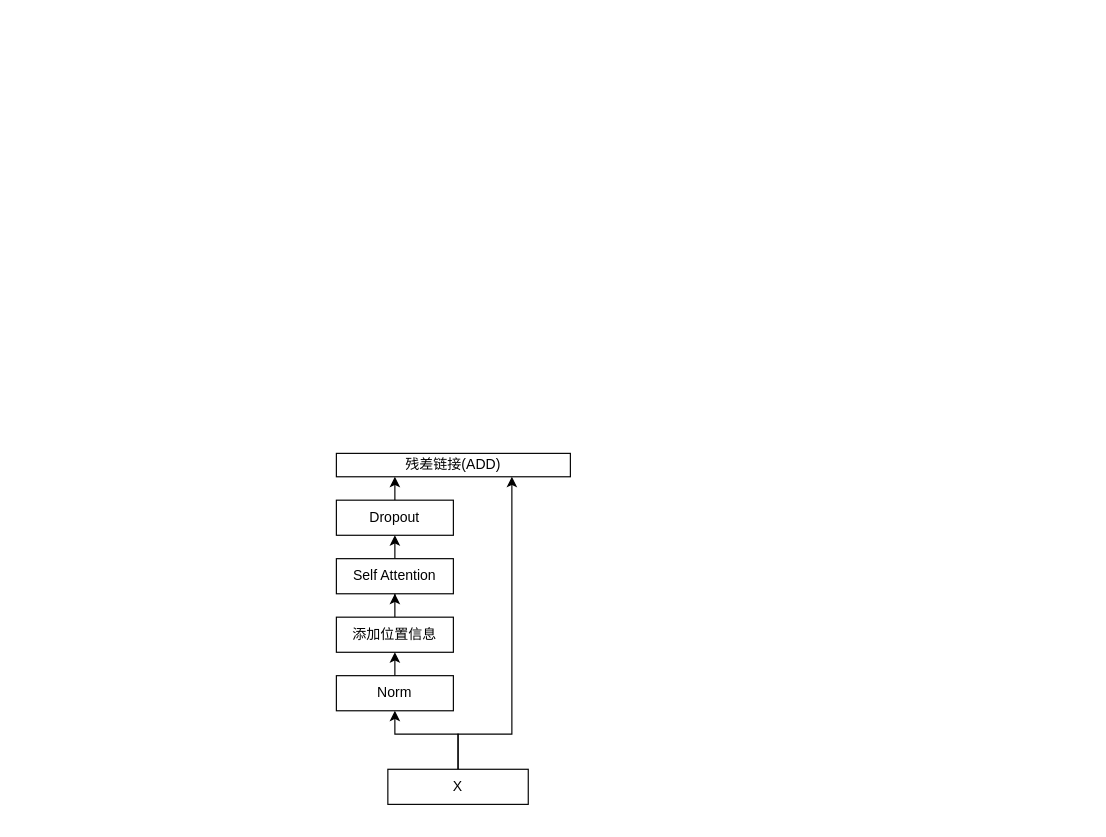
This is LLM/VLA/ACT-源码分析.drawio from mailonghua/drawio, a draw.io file, before an edit. Source tidied: cells renumbered, new cells numbered last; positions are measured from the earlier drawing's top-left corner, leaving out a move shared by most shapes. Both pictures are drawn from the tidied source at 117%, with x=0, y=0 at pixel (336, 453).
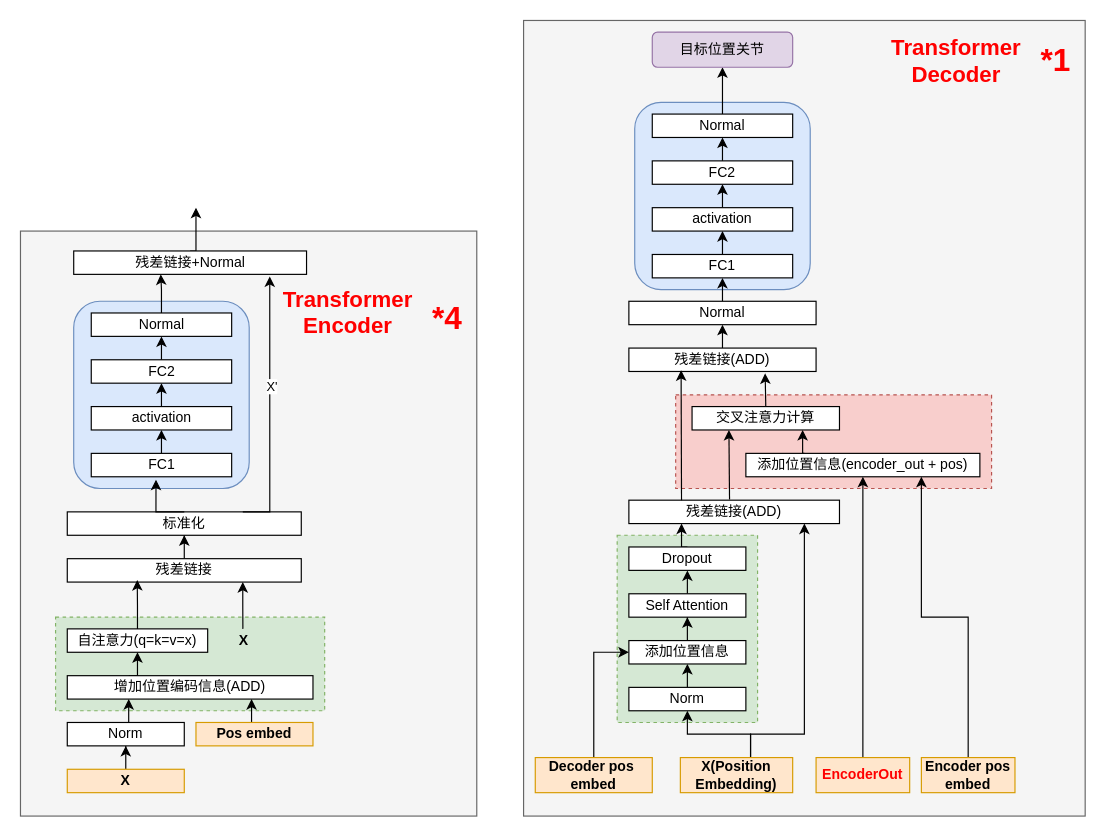
After the change.

Commit message:
更新ACT-源码分析.drawio

What changed in the source:
```diff
@@
+    <mxCell id="14" style="rounded=0;whiteSpace=wrap;html=1;fillColor=#f5f5f5;fontColor=#333333;strokeColor=#666666;" parent="1" vertex="1">
+      <mxGeometry x="-270" y="-190" width="390" height="500" as="geometry" />
+    </mxCell>
+    <mxCell id="15" style="rounded=0;whiteSpace=wrap;html=1;dashed=1;fillColor=#d5e8d4;strokeColor=#82b366;" parent="1" vertex="1">
+      <mxGeometry x="-240" y="140" width="230" height="80" as="geometry" />
+    </mxCell>
+    <mxCell id="16" style="rounded=0;whiteSpace=wrap;html=1;fillColor=#f5f5f5;fontColor=#333333;strokeColor=#666666;" parent="1" vertex="1">
+      <mxGeometry x="160" y="-370" width="480" height="680" as="geometry" />
+    </mxCell>
+    <mxCell id="17" style="rounded=0;whiteSpace=wrap;html=1;dashed=1;fillColor=#f8cecc;strokeColor=#b85450;" parent="1" vertex="1">
+      <mxGeometry x="290" y="-50" width="270" height="80" as="geometry" />
+    </mxCell>
+    <mxCell id="18" style="rounded=0;whiteSpace=wrap;html=1;dashed=1;fillColor=#d5e8d4;strokeColor=#82b366;" parent="1" vertex="1">
+      <mxGeometry x="240" y="70" width="120" height="160" as="geometry" />
+    </mxCell>
+    <mxCell id="19" style="rounded=1;whiteSpace=wrap;html=1;fillColor=#dae8fc;strokeColor=#6c8ebf;" parent="1" vertex="1">
+      <mxGeometry x="255" y="-300" width="150" height="160" as="geometry" />
+    </mxCell>
@@
     <mxCell id="3" style="edgeStyle=orthogonalEdgeStyle;rounded=0;jettySize=auto;html=1;exitX=0.5;exitY=1;exitDx=0;exitDy=0;startArrow=classic;startFill=1;endArrow=none;endFill=0;entryX=0.5;entryY=0;entryDx=0;entryDy=0;" parent="1" edge="1" source="4" target="13">
       <mxGeometry relative="1" as="geometry">
         <Array as="points">
-          <mxPoint x="50" y="240" />
-          <mxPoint x="104" y="240" />
+          <mxPoint x="300" y="240" />
+          <mxPoint x="354" y="240" />
         </Array>
       </mxGeometry>
     </mxCell>
     <mxCell id="4" value="Norm" style="rounded=0;whiteSpace=wrap;html=1;" parent="1" vertex="1">
-      <mxGeometry y="190" width="100" height="30" as="geometry" />
+      <mxGeometry x="250" y="200" width="100" height="20" as="geometry" />
     </mxCell>
@@
     <mxCell id="6" value="添加位置信息" style="rounded=0;whiteSpace=wrap;html=1;" parent="1" vertex="1">
-      <mxGeometry y="140" width="100" height="30" as="geometry" />
+      <mxGeometry x="250" y="160" width="100" height="20" as="geometry" />
     </mxCell>
@@
     <mxCell id="8" value="Self Attention" style="rounded=0;whiteSpace=wrap;html=1;" parent="1" vertex="1">
-      <mxGeometry y="90" width="100" height="30" as="geometry" />
+      <mxGeometry x="250" y="120" width="100" height="20" as="geometry" />
     </mxCell>
@@
     <mxCell id="10" value="Dropout" style="rounded=0;whiteSpace=wrap;html=1;" parent="1" vertex="1">
-      <mxGeometry y="40" width="100" height="30" as="geometry" />
+      <mxGeometry x="250" y="80" width="100" height="20" as="geometry" />
     </mxCell>
     <mxCell id="11" value="残差链接(ADD)" style="rounded=0;whiteSpace=wrap;html=1;" parent="1" vertex="1">
-      <mxGeometry width="200" height="20" as="geometry" />
+      <mxGeometry x="250" y="40" width="180" height="20" as="geometry" />
     </mxCell>
-    <mxCell id="12" style="edgeStyle=orthogonalEdgeStyle;rounded=0;jettySize=auto;html=1;exitX=0.5;exitY=0;exitDx=0;exitDy=0;entryX=0.75;entryY=1;entryDx=0;entryDy=0;" parent="1" edge="1" source="13" target="11">
+    <mxCell id="12" style="edgeStyle=orthogonalEdgeStyle;rounded=0;jettySize=auto;html=1;exitX=0.5;exitY=0;exitDx=0;exitDy=0;" parent="1" edge="1" source="13">
       <mxGeometry relative="1" as="geometry">
+        <mxPoint x="400" y="60" as="targetPoint" />
         <Array as="points">
-          <mxPoint x="104" y="240" />
-          <mxPoint x="150" y="240" />
+          <mxPoint x="354" y="240" />
+          <mxPoint x="400" y="240" />
         </Array>
       </mxGeometry>
     </mxCell>
-    <mxCell id="13" value="X" style="rounded=0;whiteSpace=wrap;html=1;" parent="1" vertex="1">
-      <mxGeometry x="44" y="270" width="120" height="30" as="geometry" />
+    <mxCell id="13" value="X(Position Embedding)" style="rounded=0;whiteSpace=wrap;html=1;fillColor=#ffe6cc;strokeColor=#d79b00;fontStyle=1;" parent="1" vertex="1">
+      <mxGeometry x="294" y="260" width="96" height="30" as="geometry" />
     </mxCell>
+    <mxCell id="20" value="交叉注意力计算" style="rounded=0;whiteSpace=wrap;html=1;" parent="1" vertex="1">
+      <mxGeometry x="304" y="-40" width="126" height="20" as="geometry" />
+    </mxCell>
+    <mxCell id="21" style="edgeStyle=orthogonalEdgeStyle;rounded=0;jettySize=auto;html=1;exitX=0.25;exitY=0;exitDx=0;exitDy=0;entryX=0.75;entryY=1;entryDx=0;entryDy=0;" parent="1" edge="1" source="22" target="20">
+      <mxGeometry relative="1" as="geometry" />
+    </mxCell>
+    <mxCell id="22" value="添加位置信息(encoder_out + pos)" style="rounded=0;whiteSpace=wrap;html=1;" parent="1" vertex="1">
+      <mxGeometry x="350" width="200" height="20" as="geometry" />
+    </mxCell>
+    <mxCell id="23" style="edgeStyle=none;rounded=0;jettySize=auto;html=1;" parent="1" edge="1" source="24" target="29">
+      <mxGeometry relative="1" as="geometry" />
+    </mxCell>
+    <mxCell id="24" value="残差链接(ADD)" style="rounded=0;whiteSpace=wrap;html=1;" parent="1" vertex="1">
+      <mxGeometry x="250" y="-90" width="160" height="20" as="geometry" />
+    </mxCell>
+    <mxCell id="25" style="edgeStyle=none;rounded=0;jettySize=auto;html=1;exitX=0.478;exitY=-0.028;exitDx=0;exitDy=0;entryX=0.25;entryY=1;entryDx=0;entryDy=0;exitPerimeter=0;" parent="1" edge="1" source="11" target="20">
+      <mxGeometry relative="1" as="geometry" />
+    </mxCell>
+    <mxCell id="26" style="edgeStyle=none;rounded=0;jettySize=auto;html=1;exitX=0.25;exitY=0;exitDx=0;exitDy=0;entryX=0.279;entryY=0.95;entryDx=0;entryDy=0;entryPerimeter=0;" parent="1" edge="1" source="11" target="24">
+      <mxGeometry relative="1" as="geometry" />
+    </mxCell>
+    <mxCell id="27" style="edgeStyle=none;rounded=0;jettySize=auto;html=1;exitX=0.5;exitY=0;exitDx=0;exitDy=0;entryX=0.728;entryY=1.08;entryDx=0;entryDy=0;entryPerimeter=0;" parent="1" edge="1" source="20" target="24">
+      <mxGeometry relative="1" as="geometry" />
+    </mxCell>
+    <mxCell id="28" style="edgeStyle=none;rounded=0;jettySize=auto;html=1;" parent="1" edge="1" source="29" target="31">
+      <mxGeometry relative="1" as="geometry" />
+    </mxCell>
+    <mxCell id="29" value="Normal" style="rounded=0;whiteSpace=wrap;html=1;" parent="1" vertex="1">
+      <mxGeometry x="250" y="-130" width="160" height="20" as="geometry" />
+    </mxCell>
+    <mxCell id="30" style="edgeStyle=none;rounded=0;jettySize=auto;html=1;" parent="1" edge="1" source="31" target="33">
+      <mxGeometry relative="1" as="geometry" />
+    </mxCell>
+    <mxCell id="31" value="FC1" style="whiteSpace=wrap;html=1;rounded=0;" parent="1" vertex="1">
+      <mxGeometry x="270" y="-170" width="120" height="20" as="geometry" />
+    </mxCell>
+    <mxCell id="32" style="edgeStyle=none;rounded=0;jettySize=auto;html=1;" parent="1" edge="1" source="33" target="35">
+      <mxGeometry relative="1" as="geometry" />
+    </mxCell>
+    <mxCell id="33" value="activation" style="whiteSpace=wrap;html=1;rounded=0;" parent="1" vertex="1">
+      <mxGeometry x="270" y="-210" width="120" height="20" as="geometry" />
+    </mxCell>
+    <mxCell id="34" style="edgeStyle=none;rounded=0;jettySize=auto;html=1;" parent="1" edge="1" source="35" target="37">
+      <mxGeometry relative="1" as="geometry" />
+    </mxCell>
+    <mxCell id="35" value="FC2" style="whiteSpace=wrap;html=1;rounded=0;" parent="1" vertex="1">
+      <mxGeometry x="270" y="-250" width="120" height="20" as="geometry" />
+    </mxCell>
+    <mxCell id="36" style="edgeStyle=none;rounded=0;jettySize=auto;html=1;entryX=0.5;entryY=1;entryDx=0;entryDy=0;" parent="1" edge="1" source="37" target="44">
+      <mxGeometry relative="1" as="geometry" />
+    </mxCell>
+    <mxCell id="37" value="Normal" style="whiteSpace=wrap;html=1;rounded=0;" parent="1" vertex="1">
+      <mxGeometry x="270" y="-290" width="120" height="20" as="geometry" />
+    </mxCell>
+    <mxCell id="38" style="edgeStyle=orthogonalEdgeStyle;rounded=0;jettySize=auto;html=1;exitX=0.5;exitY=0;exitDx=0;exitDy=0;entryX=0;entryY=0.5;entryDx=0;entryDy=0;" parent="1" edge="1" source="39" target="6">
+      <mxGeometry relative="1" as="geometry" />
+    </mxCell>
+    <mxCell id="39" value="Decoder pos&amp;nbsp;&lt;div&gt;embed&lt;/div&gt;" style="rounded=0;whiteSpace=wrap;html=1;fillColor=#ffe6cc;strokeColor=#d79b00;fontStyle=1;" parent="1" vertex="1">
+      <mxGeometry x="170" y="260" width="100" height="30" as="geometry" />
+    </mxCell>
+    <mxCell id="40" style="edgeStyle=orthogonalEdgeStyle;rounded=0;jettySize=auto;html=1;exitX=0.5;exitY=0;exitDx=0;exitDy=0;entryX=0.5;entryY=1;entryDx=0;entryDy=0;" parent="1" edge="1" source="41" target="22">
+      <mxGeometry relative="1" as="geometry" />
+    </mxCell>
+    <mxCell id="41" value="EncoderOut" style="rounded=0;whiteSpace=wrap;html=1;fillColor=#ffe6cc;strokeColor=#d79b00;fontStyle=1;fontColor=#FF0000;" parent="1" vertex="1">
+      <mxGeometry x="410" y="260" width="80" height="30" as="geometry" />
+    </mxCell>
+    <mxCell id="42" style="edgeStyle=orthogonalEdgeStyle;rounded=0;jettySize=auto;html=1;exitX=0.5;exitY=0;exitDx=0;exitDy=0;entryX=0.75;entryY=1;entryDx=0;entryDy=0;" parent="1" edge="1" source="43" target="22">
+      <mxGeometry relative="1" as="geometry" />
+    </mxCell>
+    <mxCell id="43" value="Encoder pos embed" style="rounded=0;whiteSpace=wrap;html=1;fillColor=#ffe6cc;strokeColor=#d79b00;fontStyle=1;" parent="1" vertex="1">
+      <mxGeometry x="500" y="260" width="80" height="30" as="geometry" />
+    </mxCell>
+    <mxCell id="44" value="目标位置关节" style="rounded=1;whiteSpace=wrap;html=1;fillColor=#e1d5e7;strokeColor=#9673a6;" parent="1" vertex="1">
+      <mxGeometry x="270" y="-360" width="120" height="30" as="geometry" />
+    </mxCell>
+    <mxCell id="45" value="&lt;div&gt;&lt;span&gt;Transformer&lt;/span&gt;&lt;br&gt;&lt;/div&gt;Decoder" style="text;strokeColor=none;align=center;fillColor=none;html=1;verticalAlign=middle;whiteSpace=wrap;rounded=0;fontSize=19;fontColor=#FF0000;fontStyle=1;" parent="1" vertex="1">
+      <mxGeometry x="470" y="-350" width="120" height="30" as="geometry" />
+    </mxCell>
+    <mxCell id="46" style="edgeStyle=orthogonalEdgeStyle;rounded=0;jettySize=auto;html=1;" parent="1" edge="1" source="47" target="49">
+      <mxGeometry relative="1" as="geometry" />
+    </mxCell>
+    <mxCell id="47" value="X" style="rounded=0;whiteSpace=wrap;html=1;fontStyle=1;fillColor=#ffe6cc;strokeColor=#d79b00;" parent="1" vertex="1">
+      <mxGeometry x="-230" y="270" width="100" height="20" as="geometry" />
+    </mxCell>
+    <mxCell id="48" style="edgeStyle=orthogonalEdgeStyle;rounded=0;jettySize=auto;html=1;exitX=0.5;exitY=0;exitDx=0;exitDy=0;entryX=0.25;entryY=1;entryDx=0;entryDy=0;" parent="1" edge="1" source="49" target="51">
+      <mxGeometry relative="1" as="geometry" />
+    </mxCell>
+    <mxCell id="49" value="Norm" style="rounded=0;whiteSpace=wrap;html=1;" parent="1" vertex="1">
+      <mxGeometry x="-230" y="230" width="100" height="20" as="geometry" />
+    </mxCell>
+    <mxCell id="50" style="edgeStyle=orthogonalEdgeStyle;rounded=0;jettySize=auto;html=1;exitX=0.25;exitY=0;exitDx=0;exitDy=0;entryX=0.5;entryY=1;entryDx=0;entryDy=0;" parent="1" edge="1" source="51" target="54">
+      <mxGeometry relative="1" as="geometry" />
+    </mxCell>
+    <mxCell id="51" value="增加位置编码信息(ADD)" style="rounded=0;whiteSpace=wrap;html=1;" parent="1" vertex="1">
+      <mxGeometry x="-230" y="190" width="210" height="20" as="geometry" />
+    </mxCell>
+    <mxCell id="52" style="edgeStyle=orthogonalEdgeStyle;rounded=0;jettySize=auto;html=1;exitX=0.5;exitY=0;exitDx=0;exitDy=0;entryX=0.75;entryY=1;entryDx=0;entryDy=0;" parent="1" edge="1" source="53" target="51">
+      <mxGeometry relative="1" as="geometry" />
+    </mxCell>
+    <mxCell id="53" value="Pos embed" style="rounded=0;whiteSpace=wrap;html=1;fontStyle=1;fillColor=#ffe6cc;strokeColor=#d79b00;" parent="1" vertex="1">
+      <mxGeometry x="-120" y="230" width="100" height="20" as="geometry" />
+    </mxCell>
+    <mxCell id="54" value="自注意力(q=k=v=x)" style="rounded=0;whiteSpace=wrap;html=1;" parent="1" vertex="1">
+      <mxGeometry x="-230" y="150" width="120" height="20" as="geometry" />
+    </mxCell>
+    <mxCell id="55" style="edgeStyle=orthogonalEdgeStyle;rounded=0;jettySize=auto;html=1;exitX=0.75;exitY=1;exitDx=0;exitDy=0;startArrow=classic;startFill=1;endArrow=none;endFill=0;" parent="1" edge="1" source="57">
+      <mxGeometry relative="1" as="geometry">
+        <mxPoint x="-79.9" y="150" as="targetPoint" />
+      </mxGeometry>
+    </mxCell>
+    <mxCell id="56" style="edgeStyle=orthogonalEdgeStyle;rounded=0;jettySize=auto;html=1;" parent="1" edge="1" source="57" target="60">
+      <mxGeometry relative="1" as="geometry" />
+    </mxCell>
+    <mxCell id="57" value="残差链接" style="rounded=0;whiteSpace=wrap;html=1;" parent="1" vertex="1">
+      <mxGeometry x="-230" y="90" width="200" height="20" as="geometry" />
+    </mxCell>
+    <mxCell id="58" style="edgeStyle=orthogonalEdgeStyle;rounded=0;jettySize=auto;html=1;exitX=0.5;exitY=0;exitDx=0;exitDy=0;entryX=0.299;entryY=0.914;entryDx=0;entryDy=0;entryPerimeter=0;" parent="1" edge="1" source="54" target="57">
+      <mxGeometry relative="1" as="geometry" />
+    </mxCell>
+    <mxCell id="59" value="X" style="text;strokeColor=none;align=center;fillColor=none;html=1;verticalAlign=middle;whiteSpace=wrap;rounded=0;fontStyle=1;" parent="1" vertex="1">
+      <mxGeometry x="-94" y="145" width="30" height="30" as="geometry" />
+    </mxCell>
+    <mxCell id="60" value="标准化" style="rounded=0;whiteSpace=wrap;html=1;" parent="1" vertex="1">
+      <mxGeometry x="-230" y="50" width="200" height="20" as="geometry" />
+    </mxCell>
+    <mxCell id="61" style="rounded=1;whiteSpace=wrap;html=1;fillColor=#dae8fc;strokeColor=#6c8ebf;" parent="1" vertex="1">
+      <mxGeometry x="-224.5" y="-130" width="150" height="160" as="geometry" />
+    </mxCell>
+    <mxCell id="62" style="edgeStyle=orthogonalEdgeStyle;rounded=0;jettySize=auto;html=1;exitX=0.5;exitY=0;exitDx=0;exitDy=0;entryX=0.5;entryY=1;entryDx=0;entryDy=0;" parent="1" edge="1" source="63" target="65">
+      <mxGeometry relative="1" as="geometry" />
+    </mxCell>
+    <mxCell id="63" value="FC1" style="whiteSpace=wrap;html=1;rounded=0;" parent="1" vertex="1">
+      <mxGeometry x="-209.5" width="120" height="20" as="geometry" />
+    </mxCell>
+    <mxCell id="64" style="edgeStyle=orthogonalEdgeStyle;rounded=0;jettySize=auto;html=1;exitX=0.5;exitY=0;exitDx=0;exitDy=0;entryX=0.5;entryY=1;entryDx=0;entryDy=0;" parent="1" edge="1" source="65" target="67">
+      <mxGeometry relative="1" as="geometry" />
+    </mxCell>
+    <mxCell id="65" value="activation" style="whiteSpace=wrap;html=1;rounded=0;" parent="1" vertex="1">
+      <mxGeometry x="-209.5" y="-40" width="120" height="20" as="geometry" />
+    </mxCell>
+    <mxCell id="66" style="edgeStyle=orthogonalEdgeStyle;rounded=0;jettySize=auto;html=1;exitX=0.5;exitY=0;exitDx=0;exitDy=0;entryX=0.5;entryY=1;entryDx=0;entryDy=0;" parent="1" edge="1" source="67" target="69">
+      <mxGeometry relative="1" as="geometry" />
+    </mxCell>
+    <mxCell id="67" value="FC2" style="whiteSpace=wrap;html=1;rounded=0;" parent="1" vertex="1">
+      <mxGeometry x="-209.5" y="-80" width="120" height="20" as="geometry" />
+    </mxCell>
+    <mxCell id="68" style="edgeStyle=orthogonalEdgeStyle;rounded=0;jettySize=auto;html=1;entryX=0.374;entryY=1;entryDx=0;entryDy=0;entryPerimeter=0;" parent="1" edge="1" source="69" target="72">
+      <mxGeometry relative="1" as="geometry" />
+    </mxCell>
+    <mxCell id="69" value="Normal" style="whiteSpace=wrap;html=1;rounded=0;" parent="1" vertex="1">
+      <mxGeometry x="-209.5" y="-120" width="120" height="20" as="geometry" />
+    </mxCell>
+    <mxCell id="70" style="edgeStyle=orthogonalEdgeStyle;rounded=0;jettySize=auto;html=1;exitX=0.5;exitY=0;exitDx=0;exitDy=0;entryX=0.461;entryY=1.129;entryDx=0;entryDy=0;entryPerimeter=0;" parent="1" edge="1" source="60" target="63">
+      <mxGeometry relative="1" as="geometry" />
+    </mxCell>
+    <mxCell id="71" style="edgeStyle=orthogonalEdgeStyle;rounded=0;jettySize=auto;html=1;exitX=0.5;exitY=0;exitDx=0;exitDy=0;" parent="1" edge="1" source="72">
+      <mxGeometry relative="1" as="geometry">
+        <mxPoint x="-120" y="-210" as="targetPoint" />
+      </mxGeometry>
+    </mxCell>
+    <mxCell id="72" value="残差链接+Normal" style="whiteSpace=wrap;html=1;rounded=0;" parent="1" vertex="1">
+      <mxGeometry x="-224.5" y="-173" width="199" height="20" as="geometry" />
+    </mxCell>
+    <mxCell id="73" style="edgeStyle=orthogonalEdgeStyle;rounded=0;jettySize=auto;html=1;exitX=0.75;exitY=0;exitDx=0;exitDy=0;entryX=0.842;entryY=1.086;entryDx=0;entryDy=0;entryPerimeter=0;" parent="1" edge="1" source="60" target="72">
+      <mxGeometry relative="1" as="geometry">
+        <Array as="points">
+          <mxPoint x="-57" y="50" />
+        </Array>
+      </mxGeometry>
+    </mxCell>
+    <mxCell id="74" value="X'" style="edgeLabel;html=1;align=center;verticalAlign=middle;" parent="73" vertex="1">
+      <mxGeometry x="0.17" y="-1" relative="1" as="geometry" />
+    </mxCell>
+    <mxCell id="75" value="&lt;div&gt;Transformer&lt;/div&gt;Encoder" style="text;strokeColor=none;align=center;fillColor=none;html=1;verticalAlign=middle;whiteSpace=wrap;rounded=0;fontSize=19;fontColor=#FF0000;fontStyle=1;" parent="1" vertex="1">
+      <mxGeometry x="-50" y="-160" width="120" height="80" as="geometry" />
+    </mxCell>
+    <mxCell id="76" value="*1&lt;div&gt;&lt;/div&gt;" style="text;strokeColor=none;align=center;fillColor=none;html=1;verticalAlign=middle;whiteSpace=wrap;rounded=0;fontSize=27;fontColor=#FF0000;fontStyle=1;" parent="1" vertex="1">
+      <mxGeometry x="590" y="-350" width="50" height="30" as="geometry" />
+    </mxCell>
+    <mxCell id="77" value="*4&lt;div&gt;&lt;/div&gt;" style="text;strokeColor=none;align=center;fillColor=none;html=1;verticalAlign=middle;whiteSpace=wrap;rounded=0;fontSize=27;fontColor=#FF0000;fontStyle=1;" parent="1" vertex="1">
+      <mxGeometry x="70" y="-130" width="50" height="30" as="geometry" />
+    </mxCell>
```
